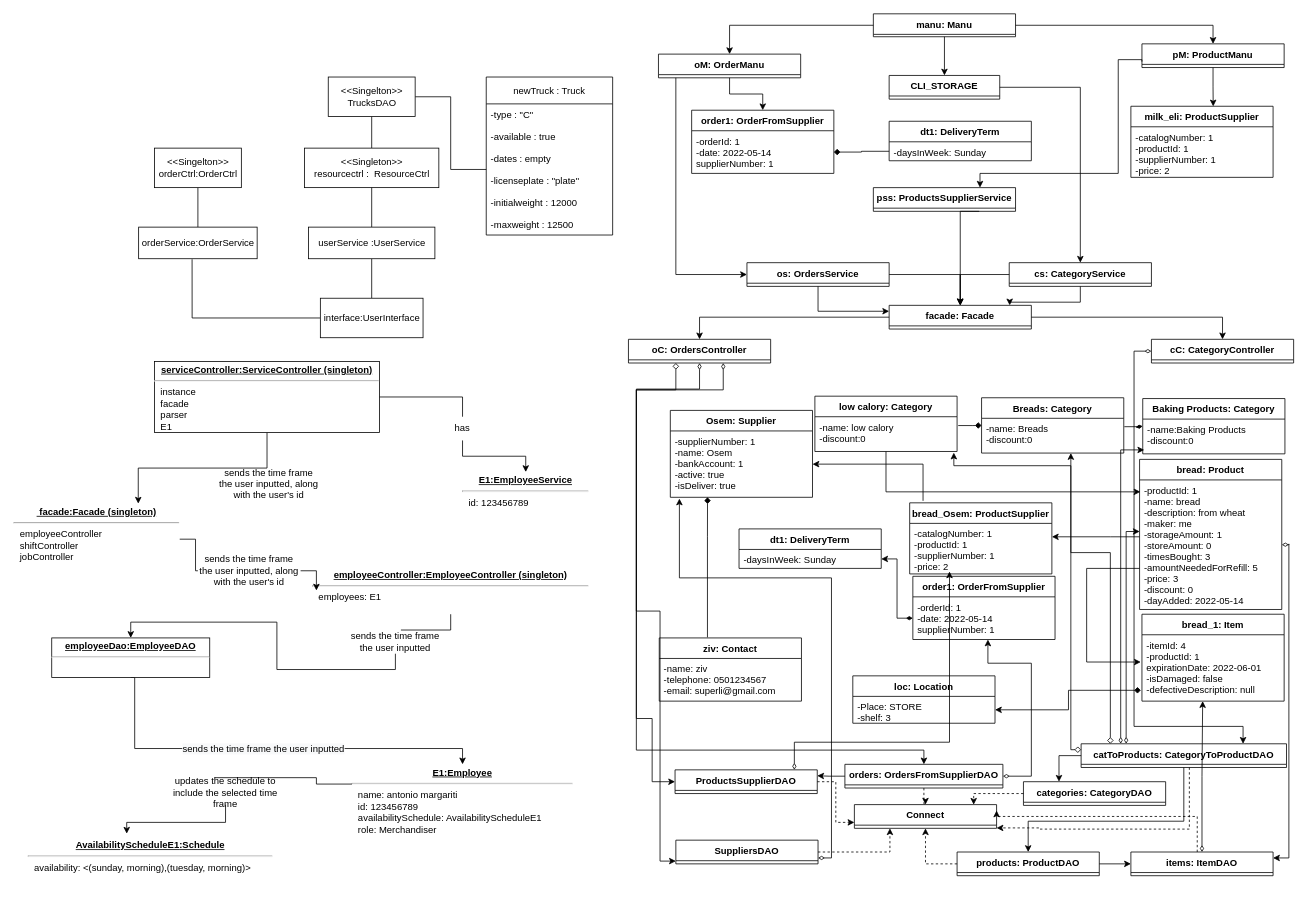
Earlier version of the draw.io diagram page 2 of 2 of docs/OD.drawio (Naveavra/Market). Source tidied: cells renumbered, new cells numbered last; positions are measured from the earlier drawing's top-left corner, leaving out a move shared by most shapes. Both pictures are drawn from the tidied source at 79%, with x=0, y=0 at pixel (13, 13).
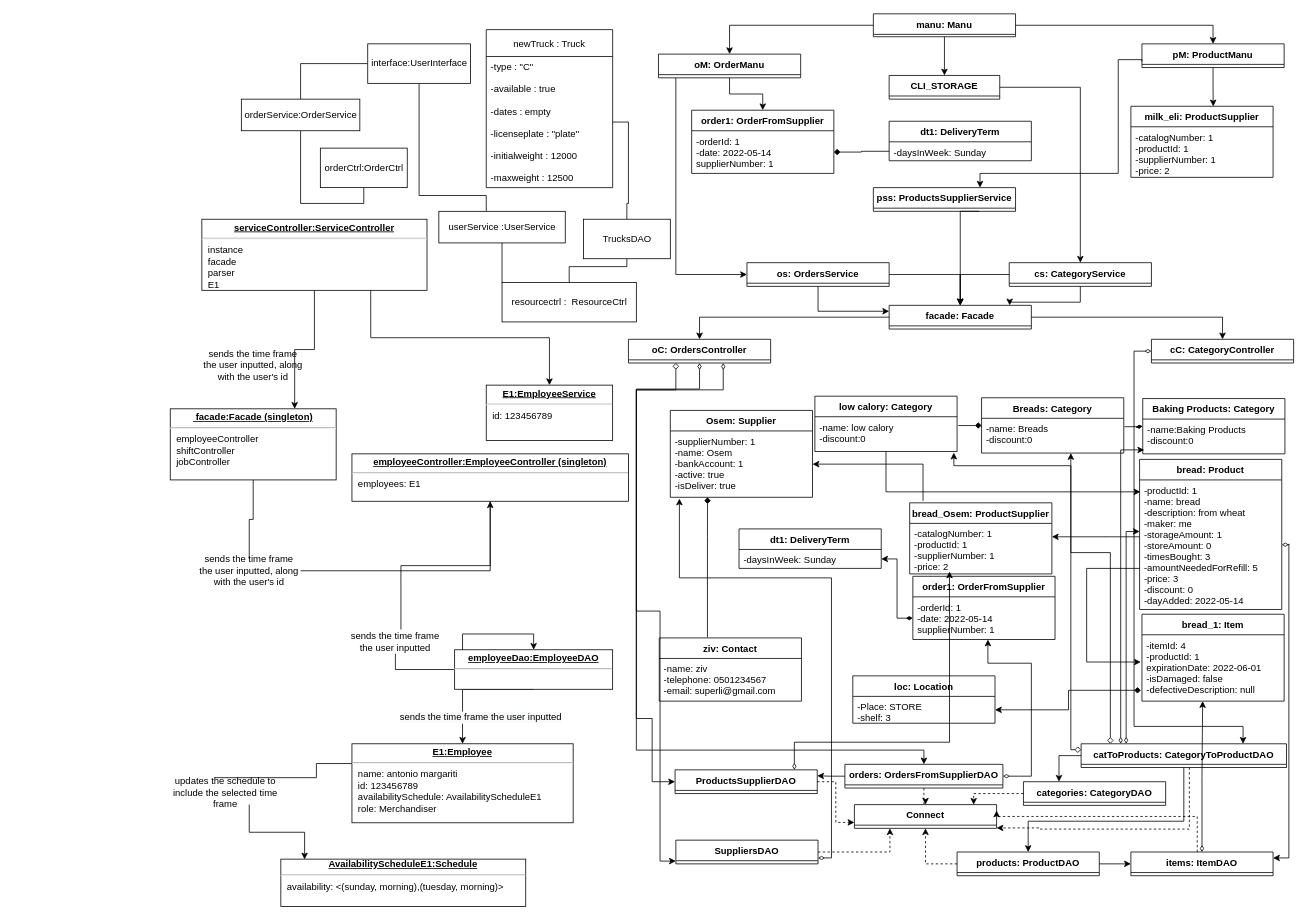
The same page after the edit.

The change refers to these unchanged cells:
```xml
<mxCell id="26" value="updates the schedule to include the selected time frame" style="text;html=1;strokeColor=none;fillColor=none;align=center;verticalAlign=middle;whiteSpace=wrap;rounded=0;" parent="1" vertex="1">
  <mxGeometry x="198" y="971" width="140" height="30" as="geometry" />
</mxCell>
```

Diff of the diagram source:
```diff
@@
-    <mxCell id="3" value="&amp;lt;&amp;lt;Singleton&amp;gt;&amp;gt;&lt;br&gt;resourcectrl :&amp;nbsp; ResourceCtrl" style="html=1;fillColor=#FFFFFF;" parent="1" vertex="1">
-      <mxGeometry x="368" y="170" width="170" height="50" as="geometry" />
+    <mxCell id="3" value="resourcectrl :&amp;nbsp; ResourceCtrl" style="html=1;fillColor=#FFFFFF;" parent="1" vertex="1">
+      <mxGeometry x="618" y="340" width="170" height="50" as="geometry" />
     </mxCell>
@@
-    <mxCell id="5" value="&amp;lt;&amp;lt;Singelton&amp;gt;&amp;gt;&lt;br&gt;TrucksDAO" style="html=1;fillColor=#FFFFFF;" parent="1" vertex="1">
-      <mxGeometry x="398" y="80" width="110" height="50" as="geometry" />
+    <mxCell id="5" value="TrucksDAO" style="html=1;fillColor=#FFFFFF;" parent="1" vertex="1">
+      <mxGeometry x="721" y="260" width="110" height="50" as="geometry" />
     </mxCell>
     <mxCell id="6" style="edgeStyle=orthogonalEdgeStyle;rounded=0;jettySize=auto;html=1;endArrow=none;endFill=0;" parent="1" edge="1" source="8" target="10">
-      <mxGeometry relative="1" as="geometry" />
+      <mxGeometry relative="1" as="geometry">
+        <Array as="points">
+          <mxPoint x="513" y="230" />
+          <mxPoint x="598" y="230" />
+        </Array>
+      </mxGeometry>
     </mxCell>
-    <mxCell id="7" style="edgeStyle=orthogonalEdgeStyle;rounded=0;jettySize=auto;html=1;entryX=0.451;entryY=1.017;entryDx=0;entryDy=0;entryPerimeter=0;startArrow=none;startFill=0;endArrow=none;endFill=0;" parent="1" edge="1" source="8" target="12">
+    <mxCell id="7" style="edgeStyle=orthogonalEdgeStyle;rounded=0;jettySize=auto;html=1;entryX=0.5;entryY=0;entryDx=0;entryDy=0;startArrow=none;startFill=0;endArrow=none;endFill=0;" parent="1" edge="1" source="8" target="12">
       <mxGeometry relative="1" as="geometry" />
     </mxCell>
     <mxCell id="8" value="interface:UserInterface" style="html=1;fillColor=#FFFFFF;" parent="1" vertex="1">
-      <mxGeometry x="388" y="360" width="130" height="50" as="geometry" />
+      <mxGeometry x="448" y="38" width="130" height="50" as="geometry" />
     </mxCell>
     <mxCell id="9" style="edgeStyle=orthogonalEdgeStyle;rounded=0;jettySize=auto;html=1;endArrow=none;endFill=0;" parent="1" edge="1" source="10" target="3">
-      <mxGeometry relative="1" as="geometry" />
+      <mxGeometry relative="1" as="geometry">
+        <Array as="points">
+          <mxPoint x="678" y="290" />
+        </Array>
+      </mxGeometry>
     </mxCell>
     <mxCell id="10" value="userService :UserService" style="html=1;fillColor=#FFFFFF;" parent="1" vertex="1">
-      <mxGeometry x="373" y="270" width="160" height="40" as="geometry" />
+      <mxGeometry x="538" y="250" width="160" height="40" as="geometry" />
     </mxCell>
@@
     <mxCell id="12" value="orderService:OrderService" style="html=1;fillColor=#FFFFFF;" parent="1" vertex="1">
-      <mxGeometry x="158" y="270" width="150" height="40" as="geometry" />
+      <mxGeometry x="288" y="108" width="150" height="40" as="geometry" />
     </mxCell>
-    <mxCell id="13" value="&amp;lt;&amp;lt;Singelton&amp;gt;&amp;gt;&lt;br&gt;orderCtrl:OrderCtrl" style="html=1;fillColor=#FFFFFF;" parent="1" vertex="1">
-      <mxGeometry x="178" y="170" width="110" height="50" as="geometry" />
+    <mxCell id="13" value="orderCtrl:OrderCtrl" style="html=1;fillColor=#FFFFFF;" parent="1" vertex="1">
+      <mxGeometry x="388" y="170" width="110" height="50" as="geometry" />
     </mxCell>
     <mxCell id="14" value="newTruck : Truck" style="swimlane;fontStyle=0;horizontal=1;startSize=34;fillColor=none;" parent="1" vertex="1">
-      <mxGeometry x="598" y="80" width="160" height="200" as="geometry" />
+      <mxGeometry x="598" y="20" width="160" height="200" as="geometry" />
     </mxCell>
@@
-    <mxCell id="16" value="&lt;p style=&quot;margin: 0px ; margin-top: 4px ; text-align: center ; text-decoration: underline&quot;&gt;&lt;b&gt;E1:EmployeeService&lt;/b&gt;&lt;/p&gt;&lt;hr&gt;&lt;p style=&quot;margin: 0px ; margin-left: 8px&quot;&gt;&lt;span&gt;id: 123456789&lt;/span&gt;&lt;br&gt;&lt;/p&gt;" style="verticalAlign=top;align=left;overflow=fill;fontSize=12;fontFamily=Helvetica;html=1;strokeColor=#0;" parent="1" vertex="1">
-      <mxGeometry x="568" y="580" width="160" height="70" as="geometry" />
+    <mxCell id="16" value="&lt;p style=&quot;margin: 0px ; margin-top: 4px ; text-align: center ; text-decoration: underline&quot;&gt;&lt;b&gt;E1:EmployeeService&lt;/b&gt;&lt;/p&gt;&lt;hr&gt;&lt;p style=&quot;margin: 0px ; margin-left: 8px&quot;&gt;&lt;span&gt;id: 123456789&lt;/span&gt;&lt;br&gt;&lt;/p&gt;" style="verticalAlign=top;align=left;overflow=fill;fontSize=12;fontFamily=Helvetica;html=1;strokeColor=#000000;" parent="1" vertex="1">
+      <mxGeometry x="598" y="470" width="160" height="70" as="geometry" />
     </mxCell>
-    <mxCell id="17" value="&lt;p style=&quot;margin: 0px ; margin-top: 4px ; text-align: center ; text-decoration: underline&quot;&gt;&lt;b&gt;employeeController:EmployeeController (singleton)&lt;/b&gt;&lt;/p&gt;&lt;hr&gt;&lt;p style=&quot;margin: 0px ; margin-left: 8px&quot;&gt;employees: E1&lt;/p&gt;" style="verticalAlign=top;align=left;overflow=fill;fontSize=12;fontFamily=Helvetica;html=1;strokeColor=#0;" parent="1" vertex="1">
-      <mxGeometry x="378" y="700" width="350" height="60" as="geometry" />
+    <mxCell id="17" value="&lt;p style=&quot;margin: 0px ; margin-top: 4px ; text-align: center ; text-decoration: underline&quot;&gt;&lt;b&gt;employeeController:EmployeeController (singleton)&lt;/b&gt;&lt;/p&gt;&lt;hr&gt;&lt;p style=&quot;margin: 0px ; margin-left: 8px&quot;&gt;employees: E1&lt;/p&gt;" style="verticalAlign=top;align=left;overflow=fill;fontSize=12;fontFamily=Helvetica;html=1;strokeColor=#000000;" parent="1" vertex="1">
+      <mxGeometry x="428" y="557" width="350" height="60" as="geometry" />
     </mxCell>
-    <mxCell id="18" style="edgeStyle=orthogonalEdgeStyle;rounded=0;jettySize=auto;html=1;entryX=0.403;entryY=-0.137;entryDx=0;entryDy=0;entryPerimeter=0;startArrow=none;" parent="1" edge="1" source="26" target="20">
-      <mxGeometry relative="1" as="geometry" />
+    <mxCell id="18" style="edgeStyle=orthogonalEdgeStyle;rounded=0;jettySize=auto;html=1;entryX=0.097;entryY=0.006;entryDx=0;entryDy=0;entryPerimeter=0;startArrow=none;" parent="1" edge="1" source="26" target="20">
+      <mxGeometry relative="1" as="geometry">
+        <Array as="points">
+          <mxPoint x="298" y="1036" />
+          <mxPoint x="368" y="1036" />
+        </Array>
+      </mxGeometry>
     </mxCell>
-    <mxCell id="19" value="&lt;p style=&quot;margin: 0px ; margin-top: 4px ; text-align: center ; text-decoration: underline&quot;&gt;&lt;b&gt;E1:Employee&lt;/b&gt;&lt;/p&gt;&lt;hr&gt;&lt;p style=&quot;margin: 0px ; margin-left: 8px&quot;&gt;name: antonio margariti&lt;/p&gt;&lt;p style=&quot;margin: 0px ; margin-left: 8px&quot;&gt;id: 123456789&lt;/p&gt;&lt;p style=&quot;margin: 0px ; margin-left: 8px&quot;&gt;availabilitySchedule: AvailabilityScheduleE1&lt;br&gt;&lt;/p&gt;&lt;p style=&quot;margin: 0px ; margin-left: 8px&quot;&gt;role: Merchandiser&amp;nbsp;&lt;/p&gt;&lt;p style=&quot;margin: 0px 0px 0px 8px&quot;&gt;&lt;br&gt;&lt;/p&gt;&lt;p style=&quot;margin: 0px 0px 0px 8px&quot;&gt;&lt;br&gt;&lt;/p&gt;&lt;p style=&quot;margin: 0px ; margin-left: 8px&quot;&gt;&amp;nbsp;&lt;/p&gt;&lt;p style=&quot;margin: 0px ; margin-left: 8px&quot;&gt;&lt;br&gt;&lt;/p&gt;" style="verticalAlign=top;align=left;overflow=fill;fontSize=12;fontFamily=Helvetica;html=1;strokeColor=#0;" parent="1" vertex="1">
-      <mxGeometry x="428" y="950" width="280" height="100" as="geometry" />
+    <mxCell id="19" value="&lt;p style=&quot;margin: 0px ; margin-top: 4px ; text-align: center ; text-decoration: underline&quot;&gt;&lt;b&gt;E1:Employee&lt;/b&gt;&lt;/p&gt;&lt;hr&gt;&lt;p style=&quot;margin: 0px ; margin-left: 8px&quot;&gt;name: antonio margariti&lt;/p&gt;&lt;p style=&quot;margin: 0px ; margin-left: 8px&quot;&gt;id: 123456789&lt;/p&gt;&lt;p style=&quot;margin: 0px ; margin-left: 8px&quot;&gt;availabilitySchedule: AvailabilityScheduleE1&lt;br&gt;&lt;/p&gt;&lt;p style=&quot;margin: 0px ; margin-left: 8px&quot;&gt;role: Merchandiser&amp;nbsp;&lt;/p&gt;&lt;p style=&quot;margin: 0px 0px 0px 8px&quot;&gt;&lt;br&gt;&lt;/p&gt;&lt;p style=&quot;margin: 0px 0px 0px 8px&quot;&gt;&lt;br&gt;&lt;/p&gt;&lt;p style=&quot;margin: 0px ; margin-left: 8px&quot;&gt;&amp;nbsp;&lt;/p&gt;&lt;p style=&quot;margin: 0px ; margin-left: 8px&quot;&gt;&lt;br&gt;&lt;/p&gt;" style="verticalAlign=top;align=left;overflow=fill;fontSize=12;fontFamily=Helvetica;html=1;strokeColor=#000000;" parent="1" vertex="1">
+      <mxGeometry x="428" y="924" width="280" height="100" as="geometry" />
     </mxCell>
-    <mxCell id="20" value="&lt;div style=&quot;text-align: center&quot;&gt;&lt;u&gt;&lt;b&gt;AvailabilityScheduleE1&lt;span style=&quot;text-align: center&quot;&gt;:Schedule&lt;/span&gt;&lt;/b&gt;&lt;/u&gt;&lt;/div&gt;&lt;hr&gt;&lt;p style=&quot;margin: 0px ; margin-left: 8px&quot;&gt;availability: &amp;lt;(sunday, morning),(tuesday, morning)&amp;gt;&lt;/p&gt;" style="verticalAlign=top;align=left;overflow=fill;fontSize=12;fontFamily=Helvetica;html=1;strokeColor=#0;" parent="1" vertex="1">
-      <mxGeometry x="18" y="1046" width="310" height="60" as="geometry" />
+    <mxCell id="20" value="&lt;div style=&quot;text-align: center&quot;&gt;&lt;u&gt;&lt;b&gt;AvailabilityScheduleE1&lt;span style=&quot;text-align: center&quot;&gt;:Schedule&lt;/span&gt;&lt;/b&gt;&lt;/u&gt;&lt;/div&gt;&lt;hr&gt;&lt;p style=&quot;margin: 0px ; margin-left: 8px&quot;&gt;availability: &amp;lt;(sunday, morning),(tuesday, morning)&amp;gt;&lt;/p&gt;" style="verticalAlign=top;align=left;overflow=fill;fontSize=12;fontFamily=Helvetica;html=1;strokeColor=#000000;" parent="1" vertex="1">
+      <mxGeometry x="338" y="1070" width="310" height="60" as="geometry" />
     </mxCell>
-    <mxCell id="21" style="edgeStyle=orthogonalEdgeStyle;rounded=0;jettySize=auto;html=1;entryX=0.5;entryY=0;entryDx=0;entryDy=0;startArrow=none;" parent="1" edge="1" source="34" target="16">
+    <mxCell id="21" style="edgeStyle=orthogonalEdgeStyle;rounded=0;jettySize=auto;html=1;entryX=0.5;entryY=0;entryDx=0;entryDy=0;startArrow=none;exitX=0.75;exitY=1;exitDx=0;exitDy=0;" parent="1" edge="1" source="23" target="16">
       <mxGeometry relative="1" as="geometry" />
     </mxCell>
@@
-    <mxCell id="23" value="&lt;p style=&quot;margin: 0px ; margin-top: 4px ; text-align: center ; text-decoration: underline&quot;&gt;&lt;b&gt;serviceController:ServiceController (singleton)&lt;/b&gt;&lt;/p&gt;&lt;hr&gt;&lt;p style=&quot;margin: 0px ; margin-left: 8px&quot;&gt;instance&lt;/p&gt;&lt;p style=&quot;margin: 0px ; margin-left: 8px&quot;&gt;facade&lt;/p&gt;&lt;p style=&quot;margin: 0px ; margin-left: 8px&quot;&gt;parser&lt;/p&gt;&lt;p style=&quot;margin: 0px ; margin-left: 8px&quot;&gt;E1&lt;/p&gt;" style="verticalAlign=top;align=left;overflow=fill;fontSize=12;fontFamily=Helvetica;html=1;" parent="1" vertex="1">
-      <mxGeometry x="178" y="440" width="285" height="90" as="geometry" />
+    <mxCell id="23" value="&lt;p style=&quot;margin: 0px ; margin-top: 4px ; text-align: center ; text-decoration: underline&quot;&gt;&lt;b&gt;serviceController:ServiceController&lt;/b&gt;&lt;/p&gt;&lt;hr&gt;&lt;p style=&quot;margin: 0px ; margin-left: 8px&quot;&gt;instance&lt;/p&gt;&lt;p style=&quot;margin: 0px ; margin-left: 8px&quot;&gt;facade&lt;/p&gt;&lt;p style=&quot;margin: 0px ; margin-left: 8px&quot;&gt;parser&lt;/p&gt;&lt;p style=&quot;margin: 0px ; margin-left: 8px&quot;&gt;E1&lt;/p&gt;" style="verticalAlign=top;align=left;overflow=fill;fontSize=12;fontFamily=Helvetica;html=1;" parent="1" vertex="1">
+      <mxGeometry x="238" y="260" width="285" height="90" as="geometry" />
     </mxCell>
@@
-    <mxCell id="25" value="&lt;p style=&quot;margin: 0px ; margin-top: 4px ; text-align: center ; text-decoration: underline&quot;&gt;&lt;b&gt;&amp;nbsp;facade:Facade (singleton)&lt;/b&gt;&lt;/p&gt;&lt;hr&gt;&lt;p style=&quot;margin: 0px ; margin-left: 8px&quot;&gt;employeeController&lt;/p&gt;&lt;p style=&quot;margin: 0px ; margin-left: 8px&quot;&gt;shiftController&lt;/p&gt;&lt;p style=&quot;margin: 0px ; margin-left: 8px&quot;&gt;jobController&lt;/p&gt;" style="verticalAlign=top;align=left;overflow=fill;fontSize=12;fontFamily=Helvetica;html=1;strokeColor=#0;" parent="1" vertex="1">
-      <mxGeometry y="620" width="210" height="90" as="geometry" />
+    <mxCell id="25" value="&lt;p style=&quot;margin: 0px ; margin-top: 4px ; text-align: center ; text-decoration: underline&quot;&gt;&lt;b&gt;&amp;nbsp;facade:Facade (singleton)&lt;/b&gt;&lt;/p&gt;&lt;hr&gt;&lt;p style=&quot;margin: 0px ; margin-left: 8px&quot;&gt;employeeController&lt;/p&gt;&lt;p style=&quot;margin: 0px ; margin-left: 8px&quot;&gt;shiftController&lt;/p&gt;&lt;p style=&quot;margin: 0px ; margin-left: 8px&quot;&gt;jobController&lt;/p&gt;" style="verticalAlign=top;align=left;overflow=fill;fontSize=12;fontFamily=Helvetica;html=1;strokeColor=#000000;" parent="1" vertex="1">
+      <mxGeometry x="198" y="500" width="210" height="90" as="geometry" />
     </mxCell>
@@
     <mxCell id="33" value="sends the time frame the user inputted, along with the user's id" style="text;html=1;strokeColor=none;fillColor=none;align=center;verticalAlign=middle;whiteSpace=wrap;rounded=0;" parent="1" vertex="1">
-      <mxGeometry x="258" y="580" width="130" height="30" as="geometry" />
+      <mxGeometry x="238" y="430" width="130" height="30" as="geometry" />
     </mxCell>
-    <mxCell id="34" value="has" style="text;html=1;strokeColor=none;fillColor=none;align=center;verticalAlign=middle;whiteSpace=wrap;rounded=0;" parent="1" vertex="1">
-      <mxGeometry x="538" y="510" width="60" height="30" as="geometry" />
-    </mxCell>
-    <mxCell id="35" style="edgeStyle=orthogonalEdgeStyle;rounded=0;jettySize=auto;html=1;entryX=0.5;entryY=0;entryDx=0;entryDy=0;endArrow=none;" parent="1" edge="1" source="23" target="34">
-      <mxGeometry relative="1" as="geometry" />
-    </mxCell>
     <mxCell id="36" style="edgeStyle=orthogonalEdgeStyle;rounded=0;jettySize=auto;html=1;exitX=0.5;exitY=1;exitDx=0;exitDy=0;entryX=0.5;entryY=0;entryDx=0;entryDy=0;" parent="1" edge="1" source="38" target="19">
       <mxGeometry relative="1" as="geometry">
         <Array as="points">
-          <mxPoint x="153" y="930" />
-          <mxPoint x="568" y="930" />
+          <mxPoint x="568" y="855" />
         </Array>
       </mxGeometry>
     </mxCell>
     <mxCell id="37" value="&lt;span style=&quot;font-size: 12px; background-color: rgb(248, 249, 250);&quot;&gt;sends the time frame the user inputted&lt;/span&gt;" style="edgeLabel;html=1;align=center;verticalAlign=middle;" parent="36" vertex="1">
       <mxGeometry x="-0.05" y="-1" relative="1" as="geometry">
-        <mxPoint x="5" y="-1" as="offset" />
+        <mxPoint x="8" y="36" as="offset" />
       </mxGeometry>
     </mxCell>
     <mxCell id="38" value="&lt;p style=&quot;margin:0px;margin-top:4px;text-align:center;text-decoration:underline;&quot;&gt;&lt;b&gt;employeeDao:EmployeeDAO&lt;/b&gt;&lt;/p&gt;&lt;hr&gt;&lt;p style=&quot;margin:0px;margin-left:8px;&quot;&gt;&lt;br&gt;&lt;/p&gt;" style="verticalAlign=top;align=left;overflow=fill;fontSize=12;fontFamily=Helvetica;html=1;" parent="1" vertex="1">
-      <mxGeometry x="48" y="790" width="200" height="50" as="geometry" />
+      <mxGeometry x="558" y="805" width="200" height="50" as="geometry" />
     </mxCell>
```
